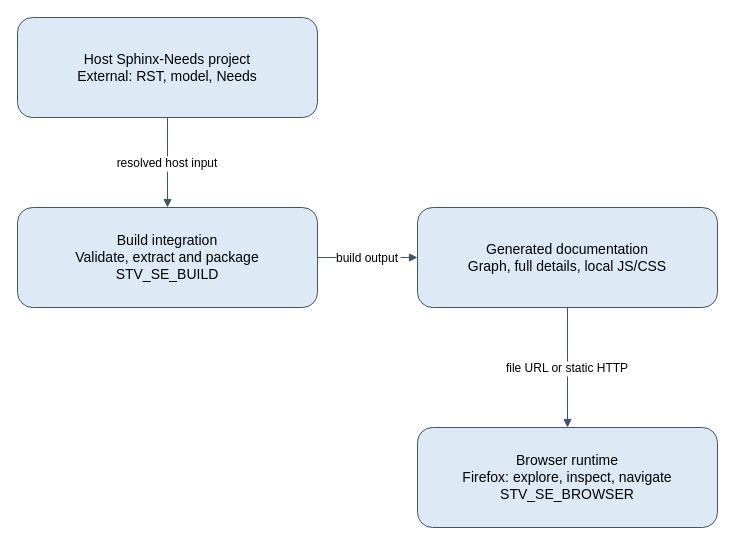
Before: docs/architecture/diagrams/system-architecture.drawio in sysblacksmith/STV_sphinx-traceability-view, a draw.io diagram. Source tidied: cells renumbered, new cells numbered last; positions are measured from the earlier drawing's top-left corner, leaving out a move shared by most shapes. Both pictures are drawn from the tidied source at 100%, with x=0, y=0 at pixel (17, 17).
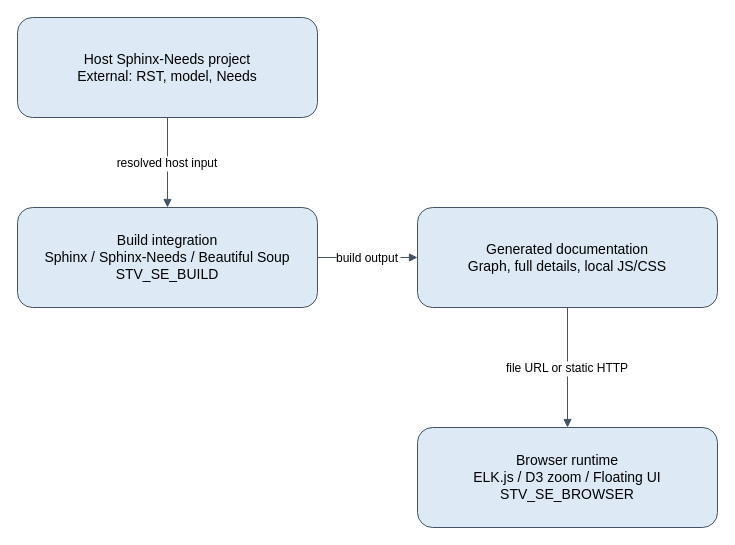
After the change.

What changed in the source:
```diff
@@
 <mxGraphModel>
   <root>
     <mxCell id="0" />
     <mxCell id="1" parent="0" />
     <mxCell id="2" value="Host Sphinx-Needs project&#10;External: RST, model, Needs" style="rounded=1;whiteSpace=wrap;html=0;fillColor=#ddeaf5;strokeColor=#425466;fontSize=14;spacing=12;" parent="1" vertex="1">
       <mxGeometry width="300" height="100" as="geometry" />
     </mxCell>
-    <mxCell id="3" value="Build integration&#10;Validate, extract and package&#10;STV_SE_BUILD" style="rounded=1;whiteSpace=wrap;html=0;fillColor=#ddeaf5;strokeColor=#425466;fontSize=14;spacing=12;" parent="1" vertex="1">
+    <mxCell id="3" value="Build integration&#10;Sphinx / Sphinx-Needs / Beautiful Soup&#10;STV_SE_BUILD" style="rounded=1;whiteSpace=wrap;html=0;fillColor=#ddeaf5;strokeColor=#425466;fontSize=14;spacing=12;" parent="1" vertex="1">
       <mxGeometry y="190" width="300" height="100" as="geometry" />
     </mxCell>
     <mxCell id="4" value="Generated documentation&#10;Graph, full details, local JS/CSS" style="rounded=1;whiteSpace=wrap;html=0;fillColor=#ddeaf5;strokeColor=#425466;fontSize=14;spacing=12;" parent="1" vertex="1">
       <mxGeometry x="400" y="190" width="300" height="100" as="geometry" />
     </mxCell>
-    <mxCell id="5" value="Browser runtime&#10;Firefox: explore, inspect, navigate&#10;STV_SE_BROWSER" style="rounded=1;whiteSpace=wrap;html=0;fillColor=#ddeaf5;strokeColor=#425466;fontSize=14;spacing=12;" parent="1" vertex="1">
+    <mxCell id="5" value="Browser runtime&#10;ELK.js / D3 zoom / Floating UI&#10;STV_SE_BROWSER" style="rounded=1;whiteSpace=wrap;html=0;fillColor=#ddeaf5;strokeColor=#425466;fontSize=14;spacing=12;" parent="1" vertex="1">
       <mxGeometry x="400" y="410" width="300" height="100" as="geometry" />
     </mxCell>
     <mxCell id="6" value="resolved host input" style="edgeStyle=orthogonalEdgeStyle;rounded=0;html=0;endArrow=block;strokeColor=#425466;fontSize=12;labelBackgroundColor=#ffffff;" parent="1" edge="1" source="2" target="3">
       <mxGeometry relative="1" as="geometry" />
     </mxCell>
     <mxCell id="7" value="build output" style="edgeStyle=orthogonalEdgeStyle;rounded=0;html=0;endArrow=block;strokeColor=#425466;fontSize=12;labelBackgroundColor=#ffffff;" parent="1" edge="1" source="3" target="4">
       <mxGeometry relative="1" as="geometry" />
     </mxCell>
     <mxCell id="8" value="file URL or static HTTP" style="edgeStyle=orthogonalEdgeStyle;rounded=0;html=0;endArrow=block;strokeColor=#425466;fontSize=12;labelBackgroundColor=#ffffff;" parent="1" edge="1" source="4" target="5">
       <mxGeometry relative="1" as="geometry" />
     </mxCell>
   </root>
 </mxGraphModel>
```
